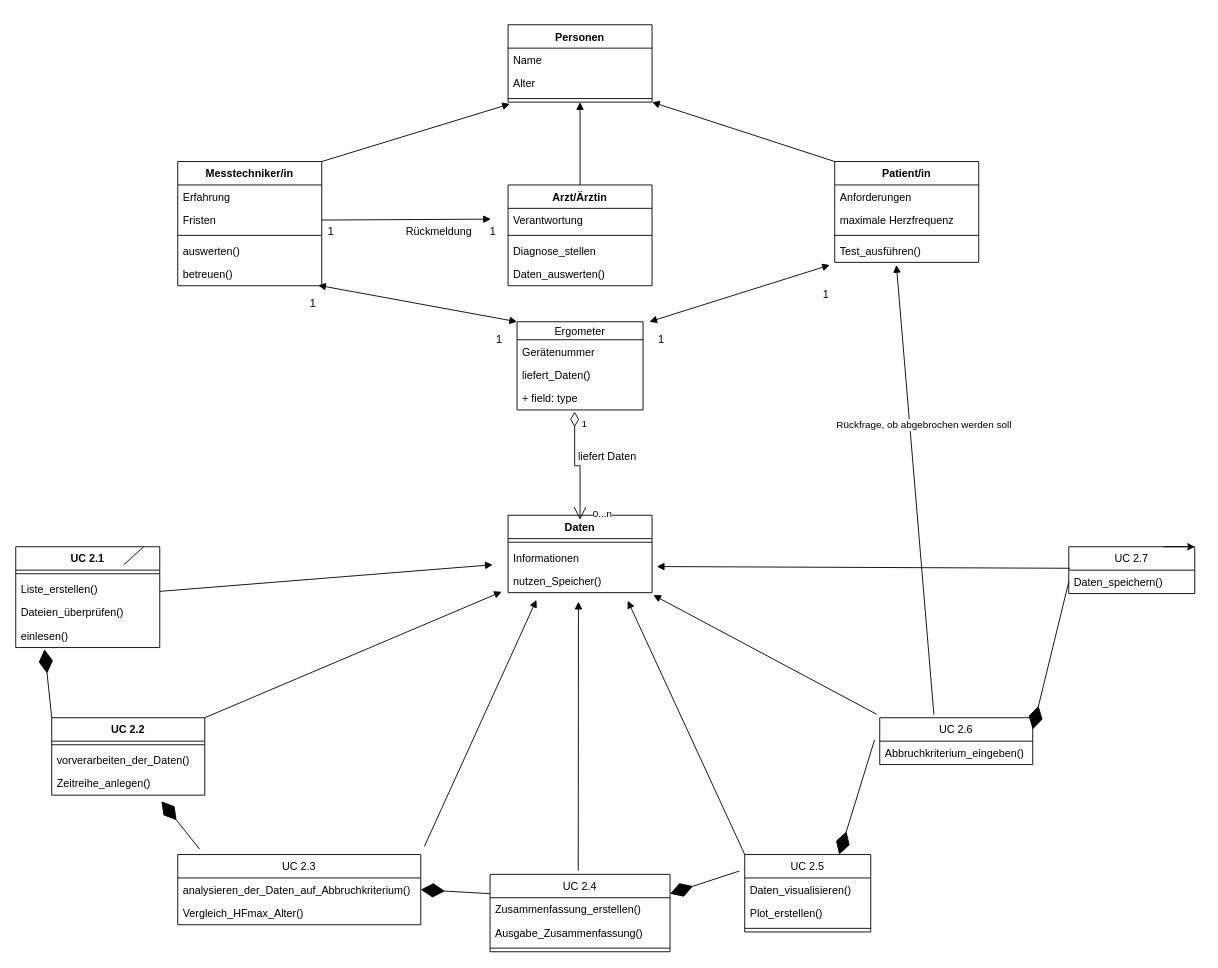
Above: PÜ3/Untitled Diagram.drawio in jhumci/MCI-MSE_Aufgaben (draw.io), before the change. Source tidied: cells renumbered, new cells numbered last; positions are measured from the earlier drawing's top-left corner, leaving out a move shared by most shapes. Both pictures are drawn from the tidied source at 90%, with x=0, y=0 at pixel (15, 24).
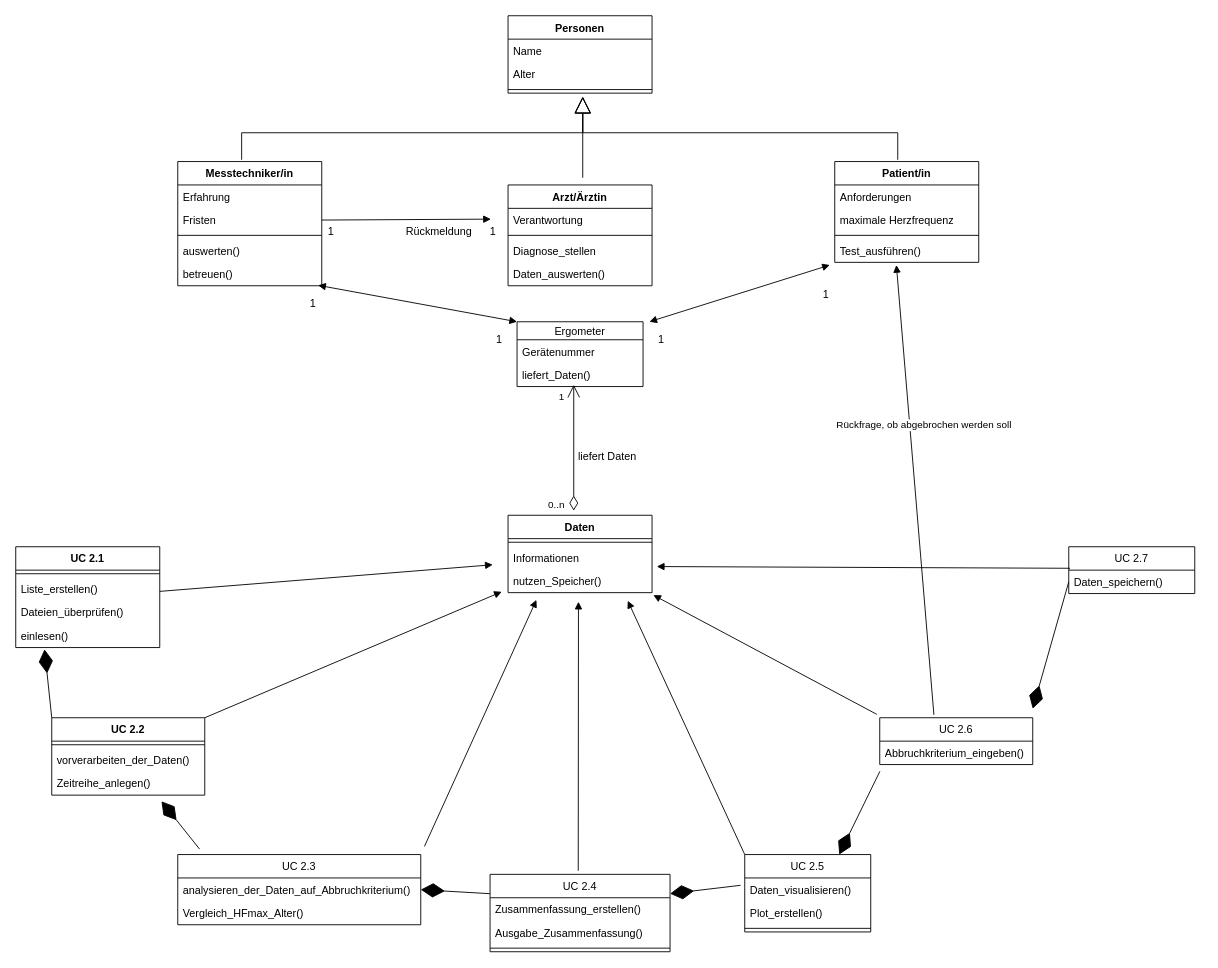
The same page after the edit.

Unchanged cells that the change refers to:
```xml
<mxCell id="9" style="line;strokeWidth=1;fillColor=none;align=left;verticalAlign=middle;spacingTop=-1;spacingLeft=3;spacingRight=3;labelPosition=right;points=[];portConstraint=eastwest;labelBackgroundColor=#ffffff;" parent="6" vertex="1">
  <mxGeometry y="78" width="160" height="8" as="geometry" />
</mxCell>
<mxCell id="10" value="Messtechniker/in" style="swimlane;fontStyle=1;align=center;verticalAlign=top;horizontal=1;startSize=26;labelBackgroundColor=#ffffff;" parent="1" vertex="1">
  <mxGeometry x="180" y="152" width="160" height="138" as="geometry" />
</mxCell>
<mxCell id="16" value="Patient/in" style="swimlane;fontStyle=1;align=center;verticalAlign=top;horizontal=1;startSize=26;labelBackgroundColor=#ffffff;" parent="1" vertex="1">
  <mxGeometry x="910" y="152" width="160" height="112" as="geometry" />
</mxCell>
<mxCell id="23" value="Arzt/Ärztin" style="swimlane;fontStyle=1;align=center;verticalAlign=top;horizontal=1;startSize=26;labelBackgroundColor=#ffffff;" parent="1" vertex="1">
  <mxGeometry x="547" y="178" width="160" height="112" as="geometry" />
</mxCell>
<mxCell id="51" value="UC 2.5" style="swimlane;fontStyle=0;horizontal=1;startSize=26;fillColor=none;labelBackgroundColor=#ffffff;" parent="1" vertex="1">
  <mxGeometry x="810" y="922" width="140" height="86" as="geometry" />
</mxCell>
<mxCell id="52" value="Daten_visualisieren()" style="text;strokeColor=none;fillColor=none;align=left;verticalAlign=top;spacingLeft=4;spacingRight=4;overflow=hidden;points=[[0,0.5],[1,0.5]];portConstraint=eastwest;labelBackgroundColor=#ffffff;" parent="51" vertex="1">
  <mxGeometry y="26" width="140" height="26" as="geometry" />
</mxCell>
<mxCell id="55" value="UC 2.6" style="swimlane;fontStyle=0;horizontal=1;startSize=26;fillColor=none;labelBackgroundColor=#ffffff;" parent="1" vertex="1">
  <mxGeometry x="960" y="770" width="170" height="52" as="geometry" />
</mxCell>
<mxCell id="56" value="Abbruchkriterium_eingeben()" style="text;strokeColor=none;fillColor=none;align=left;verticalAlign=top;spacingLeft=4;spacingRight=4;overflow=hidden;points=[[0,0.5],[1,0.5]];portConstraint=eastwest;labelBackgroundColor=#ffffff;" parent="55" vertex="1">
  <mxGeometry y="26" width="170" height="26" as="geometry" />
</mxCell>
<mxCell id="61" value="UC 2.7" style="swimlane;fontStyle=0;horizontal=1;startSize=26;fillColor=none;labelBackgroundColor=#ffffff;" parent="1" vertex="1">
  <mxGeometry x="1170" y="580" width="140" height="52" as="geometry" />
</mxCell>
<mxCell id="62" value="Daten_speichern()" style="text;strokeColor=none;fillColor=none;align=left;verticalAlign=top;spacingLeft=4;spacingRight=4;overflow=hidden;points=[[0,0.5],[1,0.5]];portConstraint=eastwest;labelBackgroundColor=#ffffff;" parent="61" vertex="1">
  <mxGeometry y="26" width="140" height="26" as="geometry" />
</mxCell>
<mxCell id="71" value="UC 2.4" style="swimlane;fontStyle=0;horizontal=1;startSize=26;fillColor=none;labelBackgroundColor=#ffffff;" parent="1" vertex="1">
  <mxGeometry x="527" y="944" width="200" height="86" as="geometry" />
</mxCell>
<mxCell id="77" value="UC 2.1" style="swimlane;fontStyle=1;align=center;verticalAlign=top;horizontal=1;startSize=26;labelBackgroundColor=#ffffff;" parent="1" vertex="1">
  <mxGeometry y="580" width="160" height="112" as="geometry" />
</mxCell>
```

What changed in the source:
```diff
@@
     <mxCell id="6" value="Personen" style="swimlane;fontStyle=1;align=center;verticalAlign=top;horizontal=1;startSize=26;labelBackgroundColor=#ffffff;" parent="1" vertex="1">
-      <mxGeometry x="547" width="160" height="86" as="geometry" />
+      <mxGeometry x="547" y="-10" width="160" height="86" as="geometry" />
     </mxCell>
@@
-    <mxCell id="21" style="html=1;verticalAlign=bottom;endArrow=block;rounded=0;entryX=1;entryY=1;entryDx=0;entryDy=0;exitX=0;exitY=0;exitDx=0;exitDy=0;" parent="1" edge="1" source="16" target="6">
-      <mxGeometry x="-1" y="-125" relative="1" as="geometry">
-        <mxPoint x="7" y="3" as="offset" />
-      </mxGeometry>
-    </mxCell>
-    <mxCell id="22" style="html=1;verticalAlign=bottom;endArrow=block;rounded=0;exitX=1;exitY=0;exitDx=0;exitDy=0;entryX=0.013;entryY=1.25;entryDx=0;entryDy=0;entryPerimeter=0;" parent="1" edge="1" source="10" target="9">
-      <mxGeometry x="-1" y="142" relative="1" as="geometry">
-        <mxPoint x="-12" y="8" as="offset" />
-      </mxGeometry>
-    </mxCell>
@@
-    <mxCell id="28" style="html=1;verticalAlign=bottom;endArrow=block;rounded=0;exitX=0.5;exitY=0;exitDx=0;exitDy=0;" parent="1" edge="1" source="23" target="9">
-      <mxGeometry x="1" y="-292" relative="1" as="geometry">
-        <mxPoint x="-6" y="-56" as="offset" />
-      </mxGeometry>
-    </mxCell>
@@
     <mxCell id="36" value="Ergometer" style="swimlane;fontStyle=0;horizontal=1;startSize=20;fillColor=none;labelBackgroundColor=#ffffff;" parent="1" vertex="1">
-      <mxGeometry x="557" y="330" width="140" height="98" as="geometry" />
+      <mxGeometry x="557" y="330" width="140" height="72" as="geometry" />
     </mxCell>
@@
-    <mxCell id="39" value="+ field: type" style="text;strokeColor=none;fillColor=none;align=left;verticalAlign=top;spacingLeft=4;spacingRight=4;overflow=hidden;labelBackgroundColor=#ffffff;" parent="36" vertex="1">
-      <mxGeometry y="72" width="140" height="26" as="geometry" />
-    </mxCell>
@@
-    <mxCell id="41" style="endArrow=open;html=1;endSize=12;startArrow=diamondThin;startSize=14;startFill=0;edgeStyle=orthogonalEdgeStyle;rounded=0;" parent="1" edge="1">
-      <mxGeometry relative="1" as="geometry">
-        <mxPoint x="621" y="430" as="sourcePoint" />
-        <mxPoint x="627" y="550" as="targetPoint" />
-        <Array as="points">
-          <mxPoint x="621" y="490" />
-          <mxPoint x="627" y="490" />
-        </Array>
-      </mxGeometry>
-    </mxCell>
-    <mxCell id="42" value="1" style="edgeLabel;html=1;align=left;verticalAlign=top;labelBackgroundColor=#ffffff;" parent="41" vertex="1">
-      <mxGeometry x="-1" relative="1" as="geometry">
-        <mxPoint x="6" as="offset" />
-      </mxGeometry>
-    </mxCell>
-    <mxCell id="43" value="0...n" style="edgeLabel;html=1;align=right;verticalAlign=top;labelBackgroundColor=#ffffff;" parent="41" vertex="1">
-      <mxGeometry x="1" relative="1" as="geometry">
-        <mxPoint x="36" y="-20" as="offset" />
-      </mxGeometry>
-    </mxCell>
@@
-    <mxCell id="59" style="endArrow=diamondThin;endFill=1;endSize=24;html=1;rounded=0;entryX=0.75;entryY=0;entryDx=0;entryDy=0;exitX=-0.034;exitY=-0.054;exitDx=0;exitDy=0;exitPerimeter=0;" parent="1" edge="1" source="56" target="51">
+    <mxCell id="59" style="endArrow=diamondThin;endFill=1;endSize=24;html=1;rounded=0;entryX=0.75;entryY=0;entryDx=0;entryDy=0;exitX=0.001;exitY=1.288;exitDx=0;exitDy=0;exitPerimeter=0;" parent="1" edge="1" source="56" target="51">
       <mxGeometry relative="1" as="geometry" />
     </mxCell>
@@
-    <mxCell id="63" style="endArrow=diamondThin;endFill=1;endSize=24;html=1;rounded=0;exitX=0;exitY=0.5;exitDx=0;exitDy=0;entryX=1;entryY=0.25;entryDx=0;entryDy=0;" parent="1" edge="1" source="62" target="55">
-      <mxGeometry relative="1" as="geometry" />
+    <mxCell id="63" style="endArrow=diamondThin;endFill=1;endSize=24;html=1;rounded=0;exitX=0;exitY=0.5;exitDx=0;exitDy=0;" parent="1" edge="1" source="62">
+      <mxGeometry relative="1" as="geometry">
+        <mxPoint x="1130" y="760" as="targetPoint" />
+      </mxGeometry>
     </mxCell>
@@
-    <mxCell id="75" style="edgeStyle=orthogonalEdgeStyle;rounded=0;orthogonalLoop=1;jettySize=auto;html=1;exitX=0.75;exitY=0;exitDx=0;exitDy=0;entryX=1;entryY=0;entryDx=0;entryDy=0;" parent="1" edge="1" source="61" target="61">
-      <mxGeometry relative="1" as="geometry" />
-    </mxCell>
-    <mxCell id="76" style="endArrow=diamondThin;endFill=1;endSize=24;html=1;rounded=0;exitX=-0.043;exitY=-0.295;exitDx=0;exitDy=0;exitPerimeter=0;entryX=1;entryY=0.25;entryDx=0;entryDy=0;" parent="1" edge="1" source="52" target="71">
+    <mxCell id="76" style="endArrow=diamondThin;endFill=1;endSize=24;html=1;rounded=0;exitX=-0.033;exitY=0.315;exitDx=0;exitDy=0;exitPerimeter=0;entryX=1;entryY=0.25;entryDx=0;entryDy=0;" parent="1" edge="1" source="52" target="71">
       <mxGeometry relative="1" as="geometry" />
     </mxCell>
@@
-    <mxCell id="82" style="html=1;verticalAlign=bottom;endArrow=none;rounded=0;" parent="1" edge="1" target="77">
-      <mxGeometry relative="1" as="geometry">
-        <mxPoint x="120" y="600" as="sourcePoint" />
-      </mxGeometry>
-    </mxCell>
@@
+    <mxCell id="87" style="endArrow=block;endSize=16;endFill=0;html=1;rounded=0;" parent="1" edge="1">
+      <mxGeometry x="0.04" y="-10" relative="1" as="geometry">
+        <mxPoint x="251" y="150" as="sourcePoint" />
+        <mxPoint x="630" y="80" as="targetPoint" />
+        <Array as="points">
+          <mxPoint x="251" y="120" />
+          <mxPoint x="630" y="120" />
+        </Array>
+      </mxGeometry>
+    </mxCell>
+    <mxCell id="88" style="endArrow=block;endSize=16;endFill=0;html=1;rounded=0;" parent="1" edge="1">
+      <mxGeometry relative="1" as="geometry">
+        <mxPoint x="630" y="170" as="sourcePoint" />
+        <mxPoint x="630" y="80" as="targetPoint" />
+      </mxGeometry>
+    </mxCell>
+    <mxCell id="89" style="endArrow=block;endSize=16;endFill=0;html=1;rounded=0;" parent="1" edge="1">
+      <mxGeometry relative="1" as="geometry">
+        <mxPoint x="980" y="150" as="sourcePoint" />
+        <mxPoint x="630" y="80" as="targetPoint" />
+        <Array as="points">
+          <mxPoint x="980" y="120" />
+          <mxPoint x="630" y="120" />
+        </Array>
+      </mxGeometry>
+    </mxCell>
+    <mxCell id="90" style="endArrow=open;html=1;endSize=12;startArrow=diamondThin;startSize=14;startFill=0;edgeStyle=orthogonalEdgeStyle;rounded=0;" parent="1" edge="1">
+      <mxGeometry relative="1" as="geometry">
+        <mxPoint x="620" y="540" as="sourcePoint" />
+        <mxPoint x="620" y="400" as="targetPoint" />
+      </mxGeometry>
+    </mxCell>
+    <mxCell id="91" value="0..n" style="edgeLabel;html=1;align=left;verticalAlign=top;" parent="90" vertex="1">
+      <mxGeometry x="-1" relative="1" as="geometry">
+        <mxPoint x="-30" y="-20" as="offset" />
+      </mxGeometry>
+    </mxCell>
+    <mxCell id="42" value="1" style="edgeLabel;html=1;align=right;verticalAlign=top;" parent="90" vertex="1">
+      <mxGeometry x="1" relative="1" as="geometry">
+        <mxPoint x="-10" as="offset" />
+      </mxGeometry>
+    </mxCell>
```
